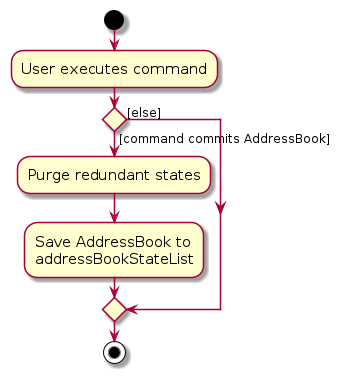
The PlantUML diagram diagrams/CommitActivityDiagram.png in AY2627S1-CS2103T-T11-4/tp, before a commit. Its source is kept beside it as diagrams/CommitActivityDiagram.puml. The source it was exported from:
```plantuml
@startuml
skin rose
skinparam ActivityFontSize 15
skinparam ArrowFontSize 12
start
:User executes command;


if () then ([command commits AddressBook])
    :Purge redundant states;
    :Save AddressBook to
    addressBookStateList;
else ([else])
endif
stop
@enduml
```
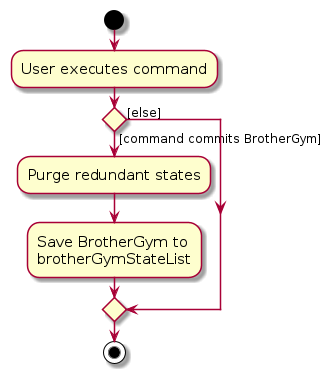
Later version of the same file.

Change to the diagram source:
```diff
@@ -6,10 +6,10 @@
 :User executes command;
 
 
-if () then ([command commits AddressBook])
+if () then ([command commits BrotherGym])
     :Purge redundant states;
-    :Save AddressBook to
-    addressBookStateList;
+    :Save BrotherGym to
+    brotherGymStateList;
 else ([else])
 endif
 stop
```
